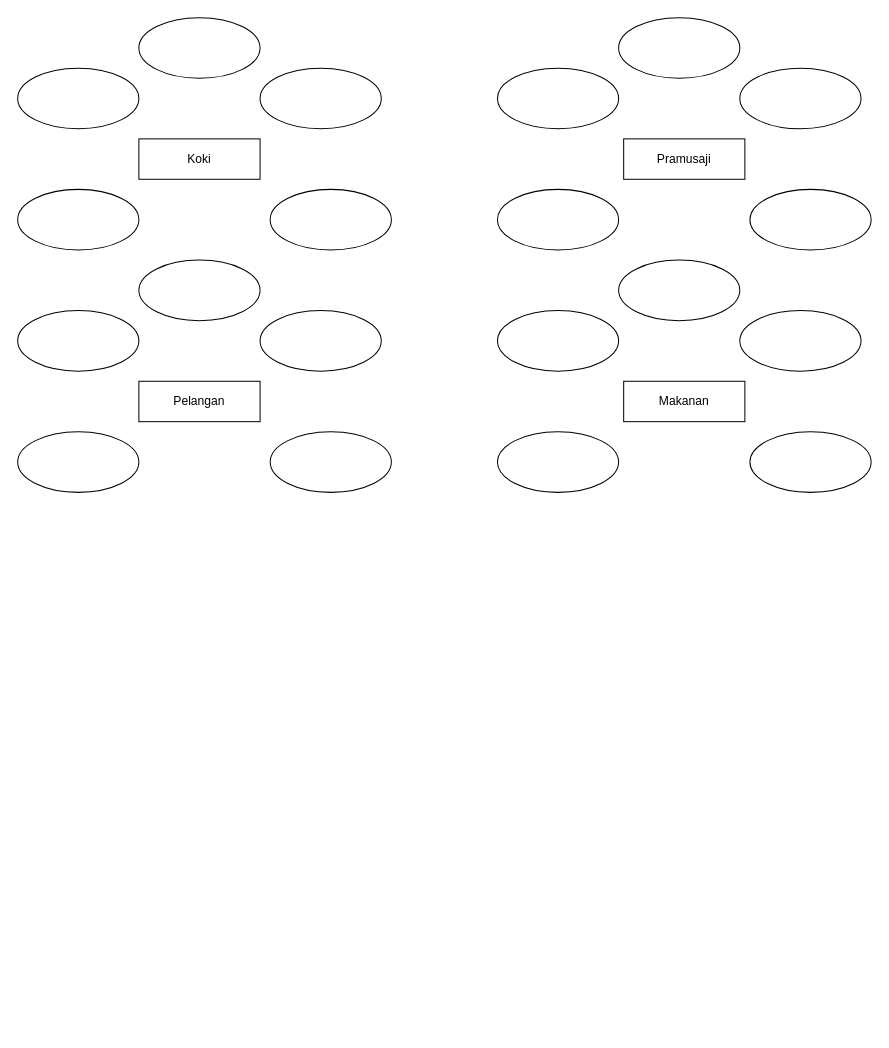
Earlier version of the draw.io diagram Diagram Tanpa Judul.drawio (AryAntara/source). Source tidied: cells renumbered, new cells numbered last; positions are measured from the earlier drawing's top-left corner, leaving out a move shared by most shapes. Both pictures are drawn from the tidied source at 101%, with x=0, y=0 at pixel (17, 17).
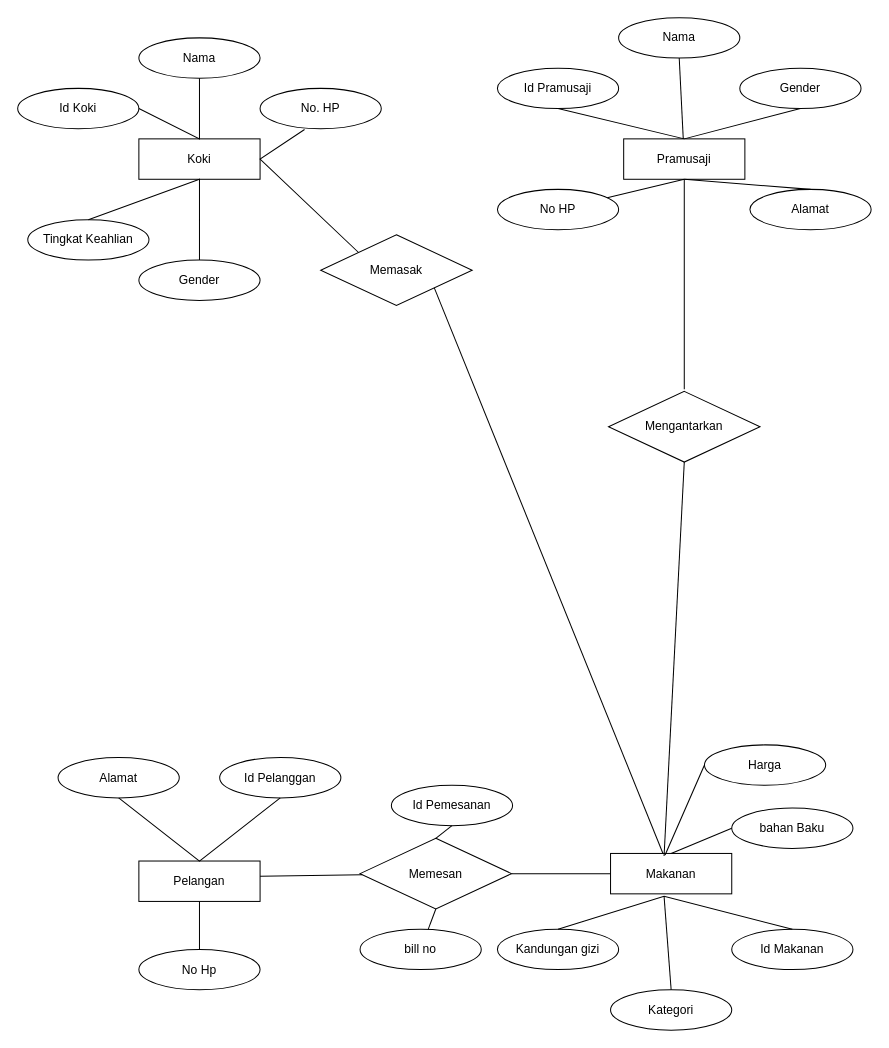
Above is the later version.

Unchanged cells that the change refers to:
```xml
<mxCell id="3" value="Pramusaji" style="rounded=0;whiteSpace=wrap;html=1;" parent="1" vertex="1">
  <mxGeometry x="600" y="120" width="120" height="40" as="geometry" />
</mxCell>
```

What changed in the source:
```diff
@@
     <mxCell id="4" value="Pelangan" style="rounded=0;whiteSpace=wrap;html=1;" parent="1" vertex="1">
-      <mxGeometry x="120" y="360" width="120" height="40" as="geometry" />
+      <mxGeometry x="120" y="835" width="120" height="40" as="geometry" />
     </mxCell>
     <mxCell id="5" value="Makanan" style="rounded=0;whiteSpace=wrap;html=1;" parent="1" vertex="1">
-      <mxGeometry x="600" y="360" width="120" height="40" as="geometry" />
+      <mxGeometry x="587" y="827.5" width="120" height="40" as="geometry" />
     </mxCell>
-    <mxCell id="6" style="ellipse;whiteSpace=wrap;html=1;" parent="1" vertex="1">
-      <mxGeometry y="50" width="120" height="60" as="geometry" />
+    <mxCell id="6" value="Id Koki" style="ellipse;whiteSpace=wrap;html=1;" parent="1" vertex="1">
+      <mxGeometry y="70" width="120" height="40" as="geometry" />
     </mxCell>
-    <mxCell id="7" style="ellipse;whiteSpace=wrap;html=1;" parent="1" vertex="1">
-      <mxGeometry y="170" width="120" height="60" as="geometry" />
+    <mxCell id="7" value="Tingkat Keahlian" style="ellipse;whiteSpace=wrap;html=1;" parent="1" vertex="1">
+      <mxGeometry x="10" y="200" width="120" height="40" as="geometry" />
     </mxCell>
-    <mxCell id="8" style="ellipse;whiteSpace=wrap;html=1;" parent="1" vertex="1">
-      <mxGeometry x="120" width="120" height="60" as="geometry" />
+    <mxCell id="8" value="Nama" style="ellipse;whiteSpace=wrap;html=1;" parent="1" vertex="1">
+      <mxGeometry x="120" y="20" width="120" height="40" as="geometry" />
     </mxCell>
-    <mxCell id="9" style="ellipse;whiteSpace=wrap;html=1;" parent="1" vertex="1">
-      <mxGeometry x="240" y="50" width="120" height="60" as="geometry" />
+    <mxCell id="9" value="No. HP" style="ellipse;whiteSpace=wrap;html=1;" parent="1" vertex="1">
+      <mxGeometry x="240" y="70" width="120" height="40" as="geometry" />
     </mxCell>
-    <mxCell id="10" style="ellipse;whiteSpace=wrap;html=1;" parent="1" vertex="1">
-      <mxGeometry x="250" y="170" width="120" height="60" as="geometry" />
+    <mxCell id="10" value="Gender" style="ellipse;whiteSpace=wrap;html=1;" parent="1" vertex="1">
+      <mxGeometry x="120" y="240" width="120" height="40" as="geometry" />
     </mxCell>
-    <mxCell id="11" style="ellipse;whiteSpace=wrap;html=1;" parent="1" vertex="1">
-      <mxGeometry x="475" y="50" width="120" height="60" as="geometry" />
+    <mxCell id="11" value="Id Pramusaji" style="ellipse;whiteSpace=wrap;html=1;" parent="1" vertex="1">
+      <mxGeometry x="475" y="50" width="120" height="40" as="geometry" />
     </mxCell>
-    <mxCell id="12" style="ellipse;whiteSpace=wrap;html=1;" parent="1" vertex="1">
-      <mxGeometry x="475" y="170" width="120" height="60" as="geometry" />
+    <mxCell id="12" value="No HP" style="ellipse;whiteSpace=wrap;html=1;" parent="1" vertex="1">
+      <mxGeometry x="475" y="170" width="120" height="40" as="geometry" />
     </mxCell>
-    <mxCell id="13" style="ellipse;whiteSpace=wrap;html=1;" parent="1" vertex="1">
-      <mxGeometry x="595" width="120" height="60" as="geometry" />
+    <mxCell id="13" value="Nama" style="ellipse;whiteSpace=wrap;html=1;" parent="1" vertex="1">
+      <mxGeometry x="595" width="120" height="40" as="geometry" />
     </mxCell>
-    <mxCell id="14" style="ellipse;whiteSpace=wrap;html=1;" parent="1" vertex="1">
-      <mxGeometry x="715" y="50" width="120" height="60" as="geometry" />
+    <mxCell id="14" value="Gender" style="ellipse;whiteSpace=wrap;html=1;" parent="1" vertex="1">
+      <mxGeometry x="715" y="50" width="120" height="40" as="geometry" />
     </mxCell>
-    <mxCell id="15" style="ellipse;whiteSpace=wrap;html=1;" parent="1" vertex="1">
-      <mxGeometry x="725" y="170" width="120" height="60" as="geometry" />
+    <mxCell id="15" value="Alamat" style="ellipse;whiteSpace=wrap;html=1;" parent="1" vertex="1">
+      <mxGeometry x="725" y="170" width="120" height="40" as="geometry" />
     </mxCell>
-    <mxCell id="16" style="ellipse;whiteSpace=wrap;html=1;" parent="1" vertex="1">
-      <mxGeometry y="290" width="120" height="60" as="geometry" />
+    <mxCell id="16" value="Alamat" style="ellipse;whiteSpace=wrap;html=1;" parent="1" vertex="1">
+      <mxGeometry x="40" y="732.5" width="120" height="40" as="geometry" />
     </mxCell>
-    <mxCell id="17" style="ellipse;whiteSpace=wrap;html=1;" parent="1" vertex="1">
-      <mxGeometry y="410" width="120" height="60" as="geometry" />
+    <mxCell id="17" value="No Hp" style="ellipse;whiteSpace=wrap;html=1;" parent="1" vertex="1">
+      <mxGeometry x="120" y="922.5" width="120" height="40" as="geometry" />
     </mxCell>
-    <mxCell id="18" style="ellipse;whiteSpace=wrap;html=1;" parent="1" vertex="1">
-      <mxGeometry x="120" y="240" width="120" height="60" as="geometry" />
-    </mxCell>
-    <mxCell id="19" style="ellipse;whiteSpace=wrap;html=1;" parent="1" vertex="1">
-      <mxGeometry x="240" y="290" width="120" height="60" as="geometry" />
+    <mxCell id="19" value="Id Pelanggan" style="ellipse;whiteSpace=wrap;html=1;" parent="1" vertex="1">
+      <mxGeometry x="200" y="732.5" width="120" height="40" as="geometry" />
     </mxCell>
-    <mxCell id="20" style="ellipse;whiteSpace=wrap;html=1;" parent="1" vertex="1">
-      <mxGeometry x="250" y="410" width="120" height="60" as="geometry" />
-    </mxCell>
-    <mxCell id="21" style="ellipse;whiteSpace=wrap;html=1;" parent="1" vertex="1">
-      <mxGeometry x="475" y="290" width="120" height="60" as="geometry" />
+    <mxCell id="21" value="Harga" style="ellipse;whiteSpace=wrap;html=1;" parent="1" vertex="1">
+      <mxGeometry x="680" y="720" width="120" height="40" as="geometry" />
     </mxCell>
-    <mxCell id="22" style="ellipse;whiteSpace=wrap;html=1;" parent="1" vertex="1">
-      <mxGeometry x="475" y="410" width="120" height="60" as="geometry" />
+    <mxCell id="22" value="Kandungan gizi" style="ellipse;whiteSpace=wrap;html=1;" parent="1" vertex="1">
+      <mxGeometry x="475" y="902.5" width="120" height="40" as="geometry" />
     </mxCell>
-    <mxCell id="23" style="ellipse;whiteSpace=wrap;html=1;" parent="1" vertex="1">
-      <mxGeometry x="595" y="240" width="120" height="60" as="geometry" />
+    <mxCell id="23" value="Kategori" style="ellipse;whiteSpace=wrap;html=1;" parent="1" vertex="1">
+      <mxGeometry x="587" y="962.5" width="120" height="40" as="geometry" />
     </mxCell>
-    <mxCell id="24" style="ellipse;whiteSpace=wrap;html=1;" parent="1" vertex="1">
-      <mxGeometry x="715" y="290" width="120" height="60" as="geometry" />
+    <mxCell id="24" value="bahan Baku" style="ellipse;whiteSpace=wrap;html=1;" parent="1" vertex="1">
+      <mxGeometry x="707" y="782.5" width="120" height="40" as="geometry" />
     </mxCell>
-    <mxCell id="25" style="ellipse;whiteSpace=wrap;html=1;" parent="1" vertex="1">
-      <mxGeometry x="725" y="410" width="120" height="60" as="geometry" />
+    <mxCell id="25" value="Id Makanan" style="ellipse;whiteSpace=wrap;html=1;" parent="1" vertex="1">
+      <mxGeometry x="707" y="902.5" width="120" height="40" as="geometry" />
     </mxCell>
+    <mxCell id="26" style="endArrow=none;html=1;rounded=0;entryX=0.367;entryY=1.017;entryDx=0;entryDy=0;exitX=0;exitY=0;exitDx=0;exitDy=0;entryPerimeter=0;" parent="1" edge="1" source="27" target="9">
+      <mxGeometry relative="1" as="geometry">
+        <Array as="points">
+          <mxPoint x="240" y="140" />
+        </Array>
+      </mxGeometry>
+    </mxCell>
+    <mxCell id="27" value="Memasak" style="rhombus;whiteSpace=wrap;html=1;" parent="1" vertex="1">
+      <mxGeometry x="300" y="215" width="150" height="70" as="geometry" />
+    </mxCell>
+    <mxCell id="28" style="endArrow=none;html=1;rounded=0;exitX=1;exitY=0.5;exitDx=0;exitDy=0;entryX=0;entryY=0.5;entryDx=0;entryDy=0;" parent="1" edge="1" source="29" target="5">
+      <mxGeometry relative="1" as="geometry" />
+    </mxCell>
+    <mxCell id="29" value="Memesan" style="rhombus;whiteSpace=wrap;html=1;" parent="1" vertex="1">
+      <mxGeometry x="339" y="812.5" width="150" height="70" as="geometry" />
+    </mxCell>
+    <mxCell id="30" style="endArrow=none;html=1;rounded=0;" parent="1" edge="1" target="29">
+      <mxGeometry relative="1" as="geometry">
+        <mxPoint x="240" y="850" as="sourcePoint" />
+      </mxGeometry>
+    </mxCell>
+    <mxCell id="31" style="endArrow=none;html=1;rounded=0;entryX=1;entryY=0.5;entryDx=0;entryDy=0;exitX=0.5;exitY=1;exitDx=0;exitDy=0;" parent="1" edge="1" source="8" target="6">
+      <mxGeometry relative="1" as="geometry">
+        <Array as="points">
+          <mxPoint x="180" y="120" />
+        </Array>
+      </mxGeometry>
+    </mxCell>
+    <mxCell id="32" style="endArrow=none;html=1;rounded=0;entryX=0.5;entryY=0;entryDx=0;entryDy=0;exitX=0.5;exitY=0;exitDx=0;exitDy=0;" parent="1" edge="1" source="7" target="10">
+      <mxGeometry relative="1" as="geometry">
+        <Array as="points">
+          <mxPoint x="180" y="160" />
+        </Array>
+      </mxGeometry>
+    </mxCell>
+    <mxCell id="33" style="endArrow=none;html=1;rounded=0;entryX=0.5;entryY=1;entryDx=0;entryDy=0;exitX=0.5;exitY=1;exitDx=0;exitDy=0;" parent="1" edge="1" source="19" target="16">
+      <mxGeometry relative="1" as="geometry">
+        <Array as="points">
+          <mxPoint x="180" y="835" />
+        </Array>
+      </mxGeometry>
+    </mxCell>
+    <mxCell id="34" style="endArrow=none;html=1;rounded=0;exitX=0.5;exitY=1;exitDx=0;exitDy=0;entryX=0.5;entryY=0;entryDx=0;entryDy=0;" parent="1" edge="1" source="4" target="17">
+      <mxGeometry relative="1" as="geometry" />
+    </mxCell>
+    <mxCell id="35" style="endArrow=none;html=1;rounded=0;entryX=0.5;entryY=0;entryDx=0;entryDy=0;exitX=0.5;exitY=0;exitDx=0;exitDy=0;" parent="1" edge="1" source="22" target="25">
+      <mxGeometry relative="1" as="geometry">
+        <Array as="points">
+          <mxPoint x="640" y="870" />
+        </Array>
+      </mxGeometry>
+    </mxCell>
+    <mxCell id="36" style="endArrow=none;html=1;rounded=0;entryX=0;entryY=0.5;entryDx=0;entryDy=0;exitX=0.5;exitY=0;exitDx=0;exitDy=0;" parent="1" edge="1" source="5" target="24">
+      <mxGeometry relative="1" as="geometry" />
+    </mxCell>
+    <mxCell id="37" style="endArrow=none;html=1;rounded=0;entryX=0;entryY=0.5;entryDx=0;entryDy=0;exitX=0.45;exitY=0.038;exitDx=0;exitDy=0;exitPerimeter=0;" parent="1" edge="1" source="5" target="21">
+      <mxGeometry relative="1" as="geometry" />
+    </mxCell>
+    <mxCell id="38" style="endArrow=none;html=1;rounded=0;entryX=0.5;entryY=0;entryDx=0;entryDy=0;" parent="1" edge="1" target="23">
+      <mxGeometry relative="1" as="geometry">
+        <mxPoint x="640" y="870" as="sourcePoint" />
+      </mxGeometry>
+    </mxCell>
+    <mxCell id="39" style="endArrow=none;html=1;rounded=0;entryX=0.5;entryY=0;entryDx=0;entryDy=0;" parent="1" edge="1" target="15">
+      <mxGeometry relative="1" as="geometry">
+        <mxPoint x="660" y="160" as="sourcePoint" />
+      </mxGeometry>
+    </mxCell>
+    <mxCell id="40" style="endArrow=none;html=1;rounded=0;entryX=0.5;entryY=1;entryDx=0;entryDy=0;" parent="1" edge="1" target="14">
+      <mxGeometry relative="1" as="geometry">
+        <mxPoint x="660" y="120" as="sourcePoint" />
+      </mxGeometry>
+    </mxCell>
+    <mxCell id="41" style="endArrow=none;html=1;rounded=0;entryX=0.5;entryY=1;entryDx=0;entryDy=0;" parent="1" edge="1" source="3" target="13">
+      <mxGeometry relative="1" as="geometry" />
+    </mxCell>
+    <mxCell id="42" style="endArrow=none;html=1;rounded=0;exitX=0.5;exitY=1;exitDx=0;exitDy=0;" parent="1" edge="1" source="3" target="12">
+      <mxGeometry relative="1" as="geometry" />
+    </mxCell>
+    <mxCell id="43" style="endArrow=none;html=1;rounded=0;entryX=0.5;entryY=1;entryDx=0;entryDy=0;exitX=0.5;exitY=0;exitDx=0;exitDy=0;" parent="1" edge="1" source="3" target="11">
+      <mxGeometry relative="1" as="geometry" />
+    </mxCell>
+    <mxCell id="44" style="endArrow=none;html=1;rounded=0;entryX=0.5;entryY=1;entryDx=0;entryDy=0;" parent="1" edge="1" target="46">
+      <mxGeometry relative="1" as="geometry">
+        <mxPoint x="640" y="830" as="sourcePoint" />
+      </mxGeometry>
+    </mxCell>
+    <mxCell id="45" style="endArrow=none;html=1;rounded=0;" parent="1" edge="1">
+      <mxGeometry relative="1" as="geometry">
+        <mxPoint x="660" y="368" as="sourcePoint" />
+        <mxPoint x="660" y="160" as="targetPoint" />
+      </mxGeometry>
+    </mxCell>
+    <mxCell id="46" value="Mengantarkan" style="rhombus;whiteSpace=wrap;html=1;" parent="1" vertex="1">
+      <mxGeometry x="585" y="370" width="150" height="70" as="geometry" />
+    </mxCell>
+    <mxCell id="47" style="endArrow=none;html=1;rounded=0;entryX=1;entryY=1;entryDx=0;entryDy=0;" parent="1" edge="1" source="5" target="27">
+      <mxGeometry relative="1" as="geometry" />
+    </mxCell>
+    <mxCell id="48" value="Id Pemesanan" style="ellipse;whiteSpace=wrap;html=1;" parent="1" vertex="1">
+      <mxGeometry x="370" y="760" width="120" height="40" as="geometry" />
+    </mxCell>
+    <mxCell id="49" style="endArrow=none;html=1;rounded=0;entryX=0.5;entryY=1;entryDx=0;entryDy=0;" parent="1" edge="1" source="50" target="29">
+      <mxGeometry relative="1" as="geometry" />
+    </mxCell>
+    <mxCell id="50" value="bill no" style="ellipse;whiteSpace=wrap;html=1;" parent="1" vertex="1">
+      <mxGeometry x="339" y="902.5" width="120" height="40" as="geometry" />
+    </mxCell>
+    <mxCell id="51" style="endArrow=none;html=1;rounded=0;exitX=0.5;exitY=1;exitDx=0;exitDy=0;entryX=0.5;entryY=0;entryDx=0;entryDy=0;" parent="1" edge="1">
+      <mxGeometry relative="1" as="geometry">
+        <mxPoint x="430" y="800" as="sourcePoint" />
+        <mxPoint x="414" y="812.5" as="targetPoint" />
+      </mxGeometry>
+    </mxCell>
```
